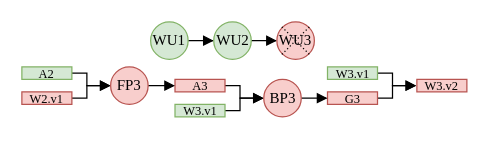
This is fig/recovery2.drawio from icszhr/NCheck, a draw.io file, before an edit. Source tidied: cells renumbered, new cells numbered last; positions are measured from the earlier drawing's top-left corner, leaving out a move shared by most shapes. Both pictures are drawn from the tidied source at 125%, with x=0, y=0 at pixel (21, 21).
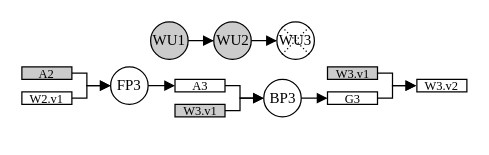
The same diagram, later.

The edit, as a diff of the source:
```diff
@@
-    <mxCell id="3" value="WU1" style="ellipse;whiteSpace=wrap;html=1;fillColor=#d5e8d4;strokeColor=#82b366;fontFamily=Times New Roman;" parent="1" vertex="1">
+    <mxCell id="3" value="WU1" style="ellipse;whiteSpace=wrap;html=1;fillColor=#CCCCCC;strokeColor=#000000;fontFamily=Times New Roman;" parent="1" vertex="1">
       <mxGeometry x="103" width="30" height="30" as="geometry" />
     </mxCell>
@@
-    <mxCell id="5" value="WU2" style="ellipse;whiteSpace=wrap;html=1;fillColor=#d5e8d4;strokeColor=#82b366;fontFamily=Times New Roman;" parent="1" vertex="1">
+    <mxCell id="5" value="WU2" style="ellipse;whiteSpace=wrap;html=1;fillColor=#CCCCCC;strokeColor=#000000;fontFamily=Times New Roman;" parent="1" vertex="1">
       <mxGeometry x="153.5" width="30" height="30" as="geometry" />
     </mxCell>
-    <mxCell id="6" value="WU3" style="ellipse;whiteSpace=wrap;html=1;fillColor=#f8cecc;strokeColor=#b85450;fontFamily=Times New Roman;" parent="1" vertex="1">
+    <mxCell id="6" value="WU3" style="ellipse;whiteSpace=wrap;html=1;fontFamily=Times New Roman;" parent="1" vertex="1">
       <mxGeometry x="204" width="30" height="30" as="geometry" />
     </mxCell>
@@
-    <mxCell id="10" value="&lt;p style=&quot;line-height: 100%;&quot;&gt;&lt;font style=&quot;font-size: 10px;&quot;&gt;W3.v1&lt;/font&gt;&lt;/p&gt;" style="rounded=0;whiteSpace=wrap;html=1;fillColor=#d5e8d4;strokeColor=#82b366;fontFamily=Times New Roman;" parent="1" vertex="1">
+    <mxCell id="10" value="&lt;p style=&quot;line-height: 100%;&quot;&gt;&lt;font style=&quot;font-size: 10px;&quot;&gt;W3.v1&lt;/font&gt;&lt;/p&gt;" style="rounded=0;whiteSpace=wrap;html=1;fillColor=#CCCCCC;strokeColor=#000000;fontFamily=Times New Roman;" parent="1" vertex="1">
       <mxGeometry x="244.5" y="36" width="40" height="10" as="geometry" />
     </mxCell>
@@
-    <mxCell id="12" value="&lt;p style=&quot;line-height: 100%;&quot;&gt;&lt;font style=&quot;font-size: 10px;&quot;&gt;G3&lt;/font&gt;&lt;/p&gt;" style="rounded=0;whiteSpace=wrap;html=1;fillColor=#f8cecc;strokeColor=#b85450;fontFamily=Times New Roman;" parent="1" vertex="1">
+    <mxCell id="12" value="&lt;p style=&quot;line-height: 100%;&quot;&gt;&lt;font style=&quot;font-size: 10px;&quot;&gt;G3&lt;/font&gt;&lt;/p&gt;" style="rounded=0;whiteSpace=wrap;html=1;fontFamily=Times New Roman;" parent="1" vertex="1">
       <mxGeometry x="244.5" y="56" width="40" height="10" as="geometry" />
     </mxCell>
@@
-    <mxCell id="14" value="&lt;p style=&quot;line-height: 100%;&quot;&gt;&lt;font style=&quot;font-size: 10px;&quot;&gt;A3&lt;/font&gt;&lt;/p&gt;" style="rounded=0;whiteSpace=wrap;html=1;fillColor=#f8cecc;strokeColor=#b85450;fontFamily=Times New Roman;" parent="1" vertex="1">
+    <mxCell id="14" value="&lt;p style=&quot;line-height: 100%;&quot;&gt;&lt;font style=&quot;font-size: 10px;&quot;&gt;A3&lt;/font&gt;&lt;/p&gt;" style="rounded=0;whiteSpace=wrap;html=1;fontFamily=Times New Roman;" parent="1" vertex="1">
       <mxGeometry x="122.5" y="46" width="40" height="10" as="geometry" />
     </mxCell>
@@
-    <mxCell id="16" value="&lt;p style=&quot;line-height: 100%;&quot;&gt;&lt;font style=&quot;font-size: 10px;&quot;&gt;W3.v1&lt;/font&gt;&lt;/p&gt;" style="rounded=0;whiteSpace=wrap;html=1;fillColor=#d5e8d4;strokeColor=#82b366;fontFamily=Times New Roman;" parent="1" vertex="1">
+    <mxCell id="16" value="&lt;p style=&quot;line-height: 100%;&quot;&gt;&lt;font style=&quot;font-size: 10px;&quot;&gt;W3.v1&lt;/font&gt;&lt;/p&gt;" style="rounded=0;whiteSpace=wrap;html=1;fillColor=#CCCCCC;strokeColor=#000000;fontFamily=Times New Roman;" parent="1" vertex="1">
       <mxGeometry x="122.5" y="66" width="40" height="10" as="geometry" />
     </mxCell>
@@
-    <mxCell id="18" value="BP3" style="ellipse;whiteSpace=wrap;html=1;fillColor=#f8cecc;strokeColor=#b85450;fontFamily=Times New Roman;" parent="1" vertex="1">
+    <mxCell id="18" value="BP3" style="ellipse;whiteSpace=wrap;html=1;fontFamily=Times New Roman;" parent="1" vertex="1">
       <mxGeometry x="193.5" y="46" width="30" height="30" as="geometry" />
     </mxCell>
@@
-    <mxCell id="20" value="&lt;p style=&quot;line-height: 100%;&quot;&gt;&lt;font style=&quot;font-size: 10px;&quot;&gt;A2&lt;/font&gt;&lt;/p&gt;" style="rounded=0;whiteSpace=wrap;html=1;fillColor=#d5e8d4;strokeColor=#82b366;fontFamily=Times New Roman;" parent="1" vertex="1">
+    <mxCell id="20" value="&lt;p style=&quot;line-height: 100%;&quot;&gt;&lt;font style=&quot;font-size: 10px;&quot;&gt;A2&lt;/font&gt;&lt;/p&gt;" style="rounded=0;whiteSpace=wrap;html=1;fillColor=#CCCCCC;strokeColor=#000000;fontFamily=Times New Roman;" parent="1" vertex="1">
       <mxGeometry y="36" width="40" height="10" as="geometry" />
     </mxCell>
@@
-    <mxCell id="22" value="&lt;p style=&quot;line-height: 100%;&quot;&gt;&lt;font style=&quot;font-size: 10px;&quot;&gt;W2.v1&lt;/font&gt;&lt;/p&gt;" style="rounded=0;whiteSpace=wrap;html=1;fillColor=#f8cecc;strokeColor=#b85450;fontFamily=Times New Roman;" parent="1" vertex="1">
+    <mxCell id="22" value="&lt;p style=&quot;line-height: 100%;&quot;&gt;&lt;font style=&quot;font-size: 10px;&quot;&gt;W2.v1&lt;/font&gt;&lt;/p&gt;" style="rounded=0;whiteSpace=wrap;html=1;fontFamily=Times New Roman;" parent="1" vertex="1">
       <mxGeometry y="56" width="40" height="10" as="geometry" />
     </mxCell>
@@
-    <mxCell id="24" value="FP3" style="ellipse;whiteSpace=wrap;html=1;fillColor=#f8cecc;strokeColor=#b85450;fontFamily=Times New Roman;" parent="1" vertex="1">
+    <mxCell id="24" value="FP3" style="ellipse;whiteSpace=wrap;html=1;fontFamily=Times New Roman;" parent="1" vertex="1">
       <mxGeometry x="71" y="36" width="30" height="30" as="geometry" />
     </mxCell>
-    <mxCell id="25" value="&lt;p style=&quot;line-height: 100%;&quot;&gt;&lt;span style=&quot;font-size: 10px;&quot;&gt;W3.v2&lt;/span&gt;&lt;/p&gt;" style="rounded=0;whiteSpace=wrap;html=1;fillColor=#f8cecc;strokeColor=#b85450;fontFamily=Times New Roman;" parent="1" vertex="1">
+    <mxCell id="25" value="&lt;p style=&quot;line-height: 100%;&quot;&gt;&lt;span style=&quot;font-size: 10px;&quot;&gt;W3.v2&lt;/span&gt;&lt;/p&gt;" style="rounded=0;whiteSpace=wrap;html=1;fontFamily=Times New Roman;" parent="1" vertex="1">
       <mxGeometry x="316" y="46" width="40" height="10" as="geometry" />
     </mxCell>
```
